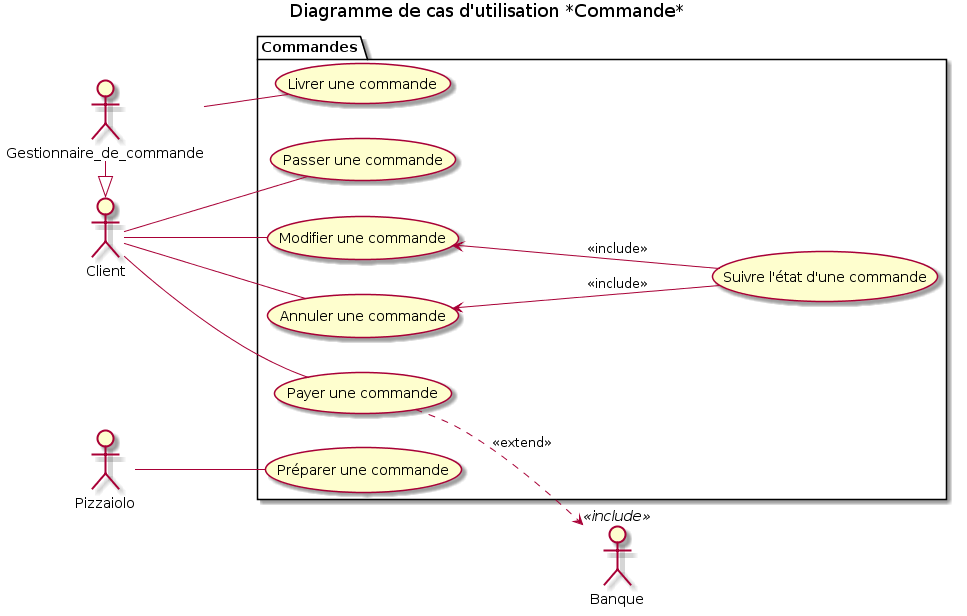
The PlantUML diagram v3/img/03_commande.png in Zepmanbc/oc_dapython_pr4, before a commit.
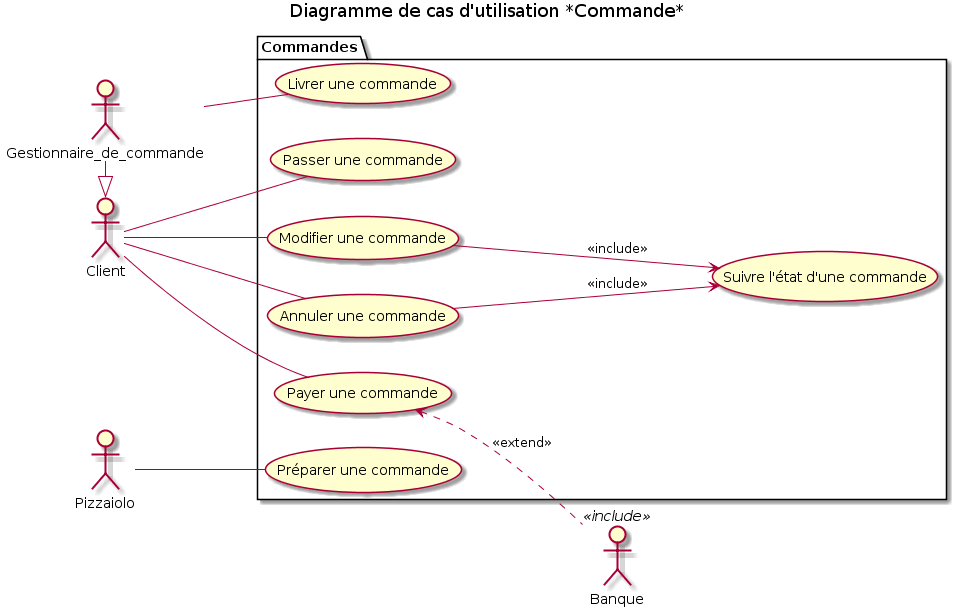
After the commit.

The edit, as a diff of the source:
```diff
@@ -17,8 +17,8 @@
     (Payer une commande) as PAY_CMD
 }
 
-MODIFY_CMD <-- FOLLOW_CMD: <<include>>
-CANCEL_CMD <-- FOLLOW_CMD: <<include>>
+MODIFY_CMD --> FOLLOW_CMD: <<include>>
+CANCEL_CMD --> FOLLOW_CMD: <<include>>
 
 CUSTOMER -- CREATE_CMD
 CUSTOMER -- MODIFY_CMD
@@ -27,7 +27,7 @@
 
 GESTCMD -- DELIVER_CMD
 
-PAY_CMD ..> BANK: <<extend>>
+PAY_CMD <.. BANK: <<extend>>
 
 PZLO -- MAKE_CMD
 
```
